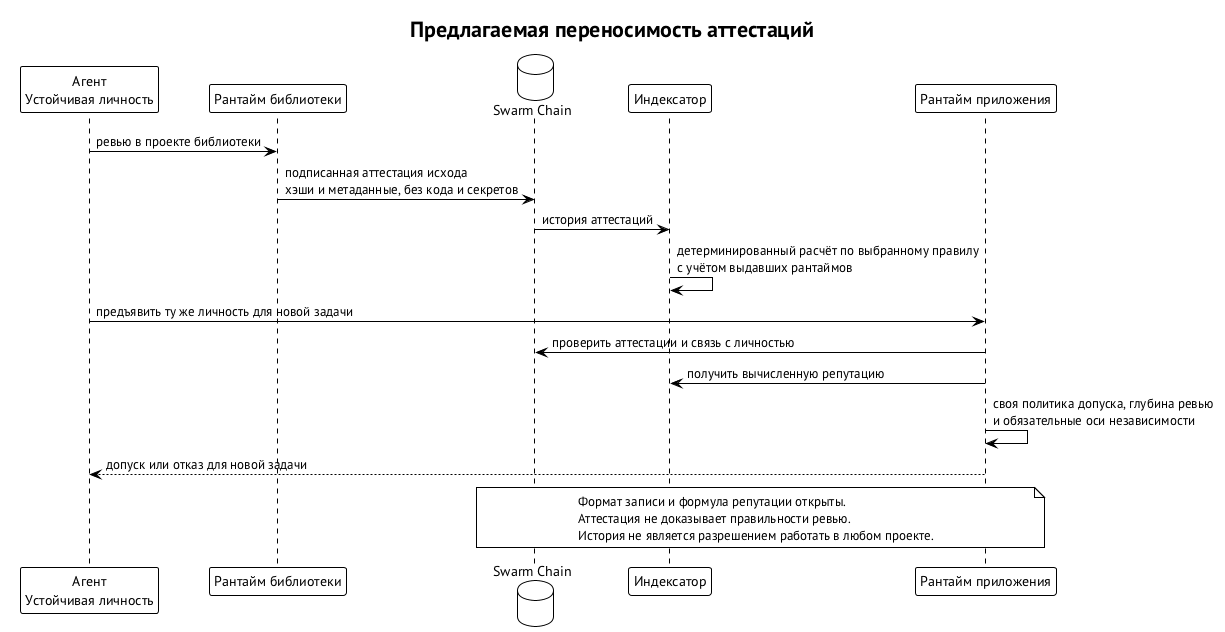
Before: book/diagrams/portable-attestations.png, a diagram exported from PlantUML (relux-works/swarma-docs).
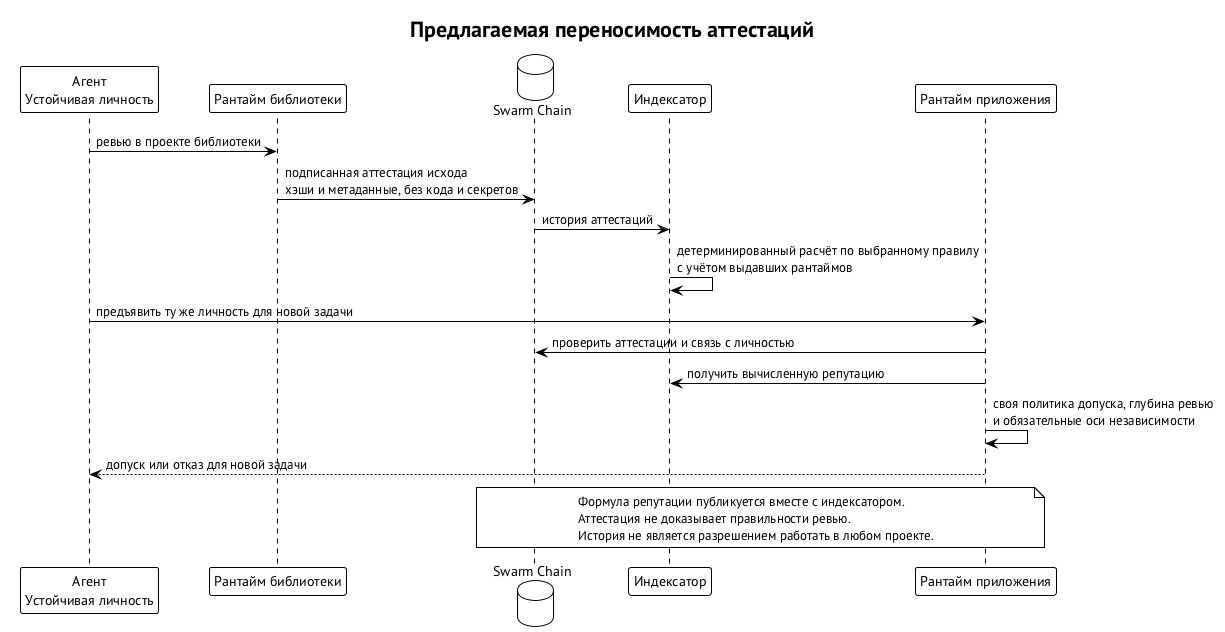
The same file after the commit.

The edit, as a diff of the source:
```diff
@@ -18,7 +18,7 @@
 R2 -> R2 : своя политика допуска, глубина ревью\nи обязательные оси независимости
 R2 --> A : допуск или отказ для новой задачи
 note over C, R2
-  Формат записи и формула репутации открыты.
+  Формула репутации публикуется вместе с индексатором.
   Аттестация не доказывает правильности ревью.
   История не является разрешением работать в любом проекте.
 end note
```
